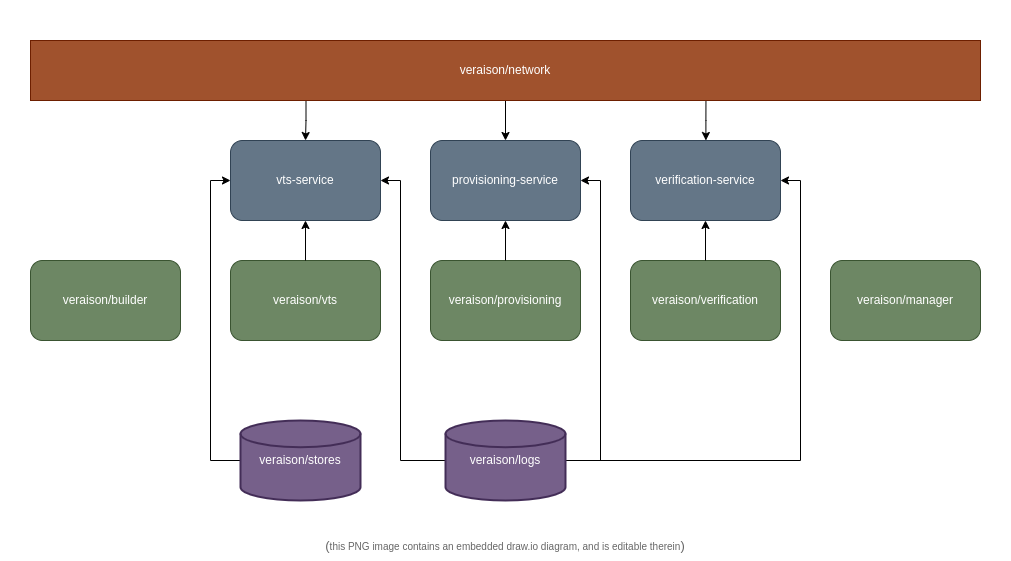
Earlier version of the draw.io export deployments/docker/misc/veraison-docker-deployment.png (veraison/services). Source tidied: cells renumbered, new cells last; positions are measured from the earlier drawing's top-left corner, leaving out a move shared by most shapes. The source it was exported from:
```xml
<mxGraphModel>
  <root>
    <mxCell id="0" />
    <mxCell id="1" parent="0" />
    <mxCell id="2" style="rounded=0;whiteSpace=wrap;html=1;fillStyle=solid;strokeColor=none;" parent="1" vertex="1">
      <mxGeometry width="1010" height="560" as="geometry" />
    </mxCell>
    <mxCell id="3" style="group;" parent="1" vertex="1">
      <mxGeometry x="30" y="40" width="950" height="460" as="geometry" />
    </mxCell>
    <mxCell id="4" value="veraison/vts" style="rounded=1;whiteSpace=wrap;html=1;fillColor=#6d8764;fontColor=#ffffff;strokeColor=#3A5431;" parent="3" vertex="1">
      <mxGeometry x="200" y="220" width="150" height="80" as="geometry" />
    </mxCell>
    <mxCell id="5" value="veraison/verification" style="rounded=1;whiteSpace=wrap;html=1;fillColor=#6d8764;fontColor=#ffffff;strokeColor=#3A5431;" parent="3" vertex="1">
      <mxGeometry x="600" y="220" width="150" height="80" as="geometry" />
    </mxCell>
    <mxCell id="6" value="veraison/provisioning" style="rounded=1;whiteSpace=wrap;html=1;fillColor=#6d8764;strokeColor=#3A5431;fontColor=#ffffff;" parent="3" vertex="1">
      <mxGeometry x="400" y="220" width="150" height="80" as="geometry" />
    </mxCell>
    <mxCell id="7" value="vts-service" style="rounded=1;whiteSpace=wrap;html=1;fillColor=#647687;fontColor=#ffffff;strokeColor=#314354;" parent="3" vertex="1">
      <mxGeometry x="200" y="100" width="150" height="80" as="geometry" />
    </mxCell>
    <mxCell id="8" style="edgeStyle=orthogonalEdgeStyle;rounded=0;jettySize=auto;html=1;exitX=0.5;exitY=0;exitDx=0;exitDy=0;" parent="3" edge="1" source="4" target="7">
      <mxGeometry relative="1" as="geometry" />
    </mxCell>
    <mxCell id="9" value="verification-service" style="rounded=1;whiteSpace=wrap;html=1;fillColor=#647687;fontColor=#ffffff;strokeColor=#314354;" parent="3" vertex="1">
      <mxGeometry x="600" y="100" width="150" height="80" as="geometry" />
    </mxCell>
    <mxCell id="10" style="edgeStyle=orthogonalEdgeStyle;rounded=0;jettySize=auto;html=1;exitX=0.5;exitY=0;exitDx=0;exitDy=0;entryX=0.5;entryY=1;entryDx=0;entryDy=0;" parent="3" edge="1" source="5" target="9">
      <mxGeometry relative="1" as="geometry" />
    </mxCell>
    <mxCell id="11" value="provisioning-service" style="rounded=1;whiteSpace=wrap;html=1;fillColor=#647687;fontColor=#ffffff;strokeColor=#314354;" parent="3" vertex="1">
      <mxGeometry x="400" y="100" width="150" height="80" as="geometry" />
    </mxCell>
    <mxCell id="12" style="edgeStyle=orthogonalEdgeStyle;rounded=0;jettySize=auto;html=1;exitX=0.5;exitY=0;exitDx=0;exitDy=0;entryX=0.5;entryY=1;entryDx=0;entryDy=0;" parent="3" edge="1" source="6" target="11">
      <mxGeometry relative="1" as="geometry" />
    </mxCell>
    <mxCell id="13" style="edgeStyle=orthogonalEdgeStyle;rounded=0;jettySize=auto;html=1;exitX=0.29;exitY=0.995;exitDx=0;exitDy=0;entryX=0.5;entryY=0;entryDx=0;entryDy=0;fontSize=10;fontColor=#666666;exitPerimeter=0;" parent="3" edge="1" source="16" target="7">
      <mxGeometry relative="1" as="geometry" />
    </mxCell>
    <mxCell id="14" style="edgeStyle=orthogonalEdgeStyle;rounded=0;jettySize=auto;html=1;exitX=0.5;exitY=1;exitDx=0;exitDy=0;fontSize=10;fontColor=#666666;" parent="3" edge="1" source="16" target="11">
      <mxGeometry relative="1" as="geometry" />
    </mxCell>
    <mxCell id="15" style="edgeStyle=orthogonalEdgeStyle;rounded=0;jettySize=auto;html=1;exitX=0.711;exitY=1.016;exitDx=0;exitDy=0;fontSize=10;fontColor=#666666;exitPerimeter=0;" parent="3" edge="1" source="16" target="9">
      <mxGeometry relative="1" as="geometry">
        <Array as="points">
          <mxPoint x="675" y="80" />
          <mxPoint x="675" y="80" />
        </Array>
      </mxGeometry>
    </mxCell>
    <mxCell id="16" value="veraison/network" style="rounded=0;whiteSpace=wrap;html=1;fillColor=#a0522d;fontColor=#ffffff;strokeColor=#6D1F00;" parent="3" vertex="1">
      <mxGeometry width="950" height="60" as="geometry" />
    </mxCell>
    <mxCell id="17" value="veraison/builder" style="rounded=1;whiteSpace=wrap;html=1;fillColor=#6d8764;fontColor=#ffffff;strokeColor=#3A5431;" parent="3" vertex="1">
      <mxGeometry y="220" width="150" height="80" as="geometry" />
    </mxCell>
    <mxCell id="18" value="veraison/manager" style="rounded=1;whiteSpace=wrap;html=1;fillColor=#6d8764;fontColor=#ffffff;strokeColor=#3A5431;" parent="3" vertex="1">
      <mxGeometry x="800" y="220" width="150" height="80" as="geometry" />
    </mxCell>
    <mxCell id="19" style="edgeStyle=orthogonalEdgeStyle;rounded=0;jettySize=auto;html=1;exitX=0;exitY=0.5;exitDx=0;exitDy=0;exitPerimeter=0;entryX=1;entryY=0.5;entryDx=0;entryDy=0;" parent="3" edge="1" source="22" target="7">
      <mxGeometry relative="1" as="geometry">
        <Array as="points">
          <mxPoint x="370" y="420" />
          <mxPoint x="370" y="140" />
        </Array>
      </mxGeometry>
    </mxCell>
    <mxCell id="20" style="edgeStyle=orthogonalEdgeStyle;rounded=0;jettySize=auto;html=1;exitX=1;exitY=0.5;exitDx=0;exitDy=0;exitPerimeter=0;entryX=1;entryY=0.5;entryDx=0;entryDy=0;" parent="3" edge="1" source="22" target="11">
      <mxGeometry relative="1" as="geometry">
        <Array as="points">
          <mxPoint x="570" y="420" />
          <mxPoint x="570" y="140" />
        </Array>
      </mxGeometry>
    </mxCell>
    <mxCell id="21" style="edgeStyle=orthogonalEdgeStyle;rounded=0;jettySize=auto;html=1;exitX=1;exitY=0.5;exitDx=0;exitDy=0;exitPerimeter=0;entryX=1;entryY=0.5;entryDx=0;entryDy=0;" parent="3" edge="1" source="22" target="9">
      <mxGeometry relative="1" as="geometry" />
    </mxCell>
    <mxCell id="22" value="veraison/logs" style="strokeWidth=2;html=1;shape=mxgraph.flowchart.database;whiteSpace=wrap;fillColor=#76608a;fontColor=#ffffff;strokeColor=#432D57;" parent="3" vertex="1">
      <mxGeometry x="415" y="380" width="120" height="80" as="geometry" />
    </mxCell>
    <mxCell id="23" style="edgeStyle=orthogonalEdgeStyle;rounded=0;jettySize=auto;html=1;exitX=0;exitY=0.5;exitDx=0;exitDy=0;exitPerimeter=0;entryX=0;entryY=0.5;entryDx=0;entryDy=0;" parent="3" edge="1" source="24" target="7">
      <mxGeometry relative="1" as="geometry">
        <Array as="points">
          <mxPoint x="180" y="420" />
          <mxPoint x="180" y="140" />
        </Array>
      </mxGeometry>
    </mxCell>
    <mxCell id="24" value="veraison/stores" style="strokeWidth=2;html=1;shape=mxgraph.flowchart.database;whiteSpace=wrap;fillColor=#76608a;fontColor=#ffffff;strokeColor=#432D57;" parent="3" vertex="1">
      <mxGeometry x="210" y="380" width="120" height="80" as="geometry" />
    </mxCell>
    <mxCell id="25" value="&lt;font style=&quot;font-size: 13px;&quot;&gt;(&lt;/font&gt;&lt;font style=&quot;font-size: 10px;&quot;&gt;this PNG image contains an embedded draw.io diagram, and is editable therein&lt;/font&gt;&lt;font style=&quot;font-size: 13px;&quot;&gt;)&lt;/font&gt;" style="text;html=1;strokeColor=none;fillColor=none;align=center;verticalAlign=middle;whiteSpace=wrap;rounded=0;fontColor=#666666;fontSize=11;" parent="1" vertex="1">
      <mxGeometry y="530" width="1010" height="30" as="geometry" />
    </mxCell>
  </root>
</mxGraphModel>
```
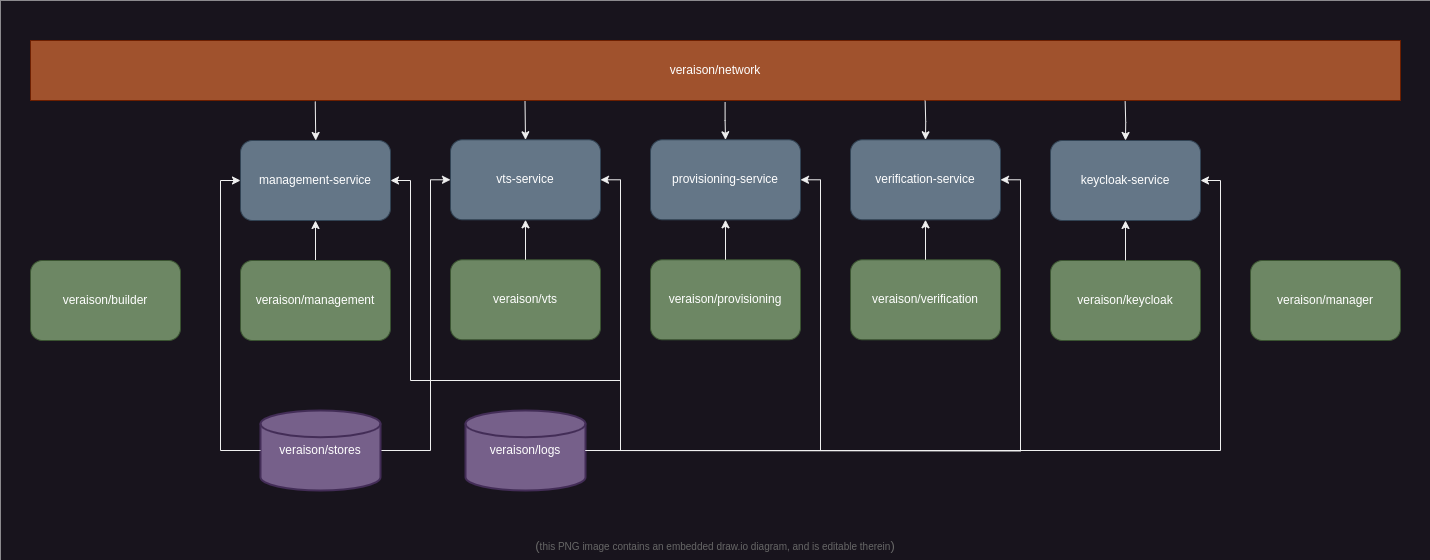
Above is the later version.

Commit message:
deploy/docker: update deployment diagram and README

- Update the deployment diagram to match current deployment. This
  includes diagramming the management service (was neglected when the
  service was added to the deployment).
- Update REAME text around the diagram to match current deployment.
- Add *.bkp to .gitignore. draw.io generates .bkp files when saving an
  updated diagram.

What changed in the source:
```diff
@@ -3,96 +3,148 @@
     <mxCell id="0" />
     <mxCell id="1" parent="0" />
     <mxCell id="2" style="rounded=0;whiteSpace=wrap;html=1;fillStyle=solid;strokeColor=none;" parent="1" vertex="1">
-      <mxGeometry width="1010" height="560" as="geometry" />
+      <mxGeometry width="1430" height="560" as="geometry" />
     </mxCell>
     <mxCell id="3" style="group;" parent="1" vertex="1">
-      <mxGeometry x="30" y="40" width="950" height="460" as="geometry" />
+      <mxGeometry x="30" y="40" width="1370" height="460" as="geometry" />
     </mxCell>
     <mxCell id="4" value="veraison/vts" style="rounded=1;whiteSpace=wrap;html=1;fillColor=#6d8764;fontColor=#ffffff;strokeColor=#3A5431;" parent="3" vertex="1">
-      <mxGeometry x="200" y="220" width="150" height="80" as="geometry" />
+      <mxGeometry x="420" y="219.3" width="150" height="80" as="geometry" />
     </mxCell>
     <mxCell id="5" value="veraison/verification" style="rounded=1;whiteSpace=wrap;html=1;fillColor=#6d8764;fontColor=#ffffff;strokeColor=#3A5431;" parent="3" vertex="1">
-      <mxGeometry x="600" y="220" width="150" height="80" as="geometry" />
+      <mxGeometry x="820" y="219.3" width="150" height="80" as="geometry" />
     </mxCell>
     <mxCell id="6" value="veraison/provisioning" style="rounded=1;whiteSpace=wrap;html=1;fillColor=#6d8764;strokeColor=#3A5431;fontColor=#ffffff;" parent="3" vertex="1">
-      <mxGeometry x="400" y="220" width="150" height="80" as="geometry" />
+      <mxGeometry x="620" y="219.3" width="150" height="80" as="geometry" />
     </mxCell>
     <mxCell id="7" value="vts-service" style="rounded=1;whiteSpace=wrap;html=1;fillColor=#647687;fontColor=#ffffff;strokeColor=#314354;" parent="3" vertex="1">
-      <mxGeometry x="200" y="100" width="150" height="80" as="geometry" />
+      <mxGeometry x="420" y="99.3" width="150" height="80" as="geometry" />
     </mxCell>
     <mxCell id="8" style="edgeStyle=orthogonalEdgeStyle;rounded=0;jettySize=auto;html=1;exitX=0.5;exitY=0;exitDx=0;exitDy=0;" parent="3" edge="1" source="4" target="7">
       <mxGeometry relative="1" as="geometry" />
     </mxCell>
     <mxCell id="9" value="verification-service" style="rounded=1;whiteSpace=wrap;html=1;fillColor=#647687;fontColor=#ffffff;strokeColor=#314354;" parent="3" vertex="1">
-      <mxGeometry x="600" y="100" width="150" height="80" as="geometry" />
+      <mxGeometry x="820" y="99.3" width="150" height="80" as="geometry" />
     </mxCell>
     <mxCell id="10" style="edgeStyle=orthogonalEdgeStyle;rounded=0;jettySize=auto;html=1;exitX=0.5;exitY=0;exitDx=0;exitDy=0;entryX=0.5;entryY=1;entryDx=0;entryDy=0;" parent="3" edge="1" source="5" target="9">
       <mxGeometry relative="1" as="geometry" />
     </mxCell>
     <mxCell id="11" value="provisioning-service" style="rounded=1;whiteSpace=wrap;html=1;fillColor=#647687;fontColor=#ffffff;strokeColor=#314354;" parent="3" vertex="1">
-      <mxGeometry x="400" y="100" width="150" height="80" as="geometry" />
+      <mxGeometry x="620" y="99.3" width="150" height="80" as="geometry" />
     </mxCell>
     <mxCell id="12" style="edgeStyle=orthogonalEdgeStyle;rounded=0;jettySize=auto;html=1;exitX=0.5;exitY=0;exitDx=0;exitDy=0;entryX=0.5;entryY=1;entryDx=0;entryDy=0;" parent="3" edge="1" source="6" target="11">
       <mxGeometry relative="1" as="geometry" />
     </mxCell>
-    <mxCell id="13" style="edgeStyle=orthogonalEdgeStyle;rounded=0;jettySize=auto;html=1;exitX=0.29;exitY=0.995;exitDx=0;exitDy=0;entryX=0.5;entryY=0;entryDx=0;entryDy=0;fontSize=10;fontColor=#666666;exitPerimeter=0;" parent="3" edge="1" source="16" target="7">
-      <mxGeometry relative="1" as="geometry" />
+    <mxCell id="13" style="edgeStyle=orthogonalEdgeStyle;rounded=0;jettySize=auto;html=1;exitX=0.225;exitY=1.012;exitDx=0;exitDy=0;entryX=0.5;entryY=0;entryDx=0;entryDy=0;fontSize=10;fontColor=#666666;exitPerimeter=0;" parent="3" edge="1" target="7">
+      <mxGeometry relative="1" as="geometry">
+        <mxPoint x="494.5" y="60" as="sourcePoint" />
+      </mxGeometry>
     </mxCell>
-    <mxCell id="14" style="edgeStyle=orthogonalEdgeStyle;rounded=0;jettySize=auto;html=1;exitX=0.5;exitY=1;exitDx=0;exitDy=0;fontSize=10;fontColor=#666666;" parent="3" edge="1" source="16" target="11">
+    <mxCell id="14" style="edgeStyle=orthogonalEdgeStyle;rounded=0;jettySize=auto;html=1;exitX=0.507;exitY=1.03;exitDx=0;exitDy=0;fontSize=10;fontColor=#666666;exitPerimeter=0;" parent="3" edge="1" source="16" target="11">
       <mxGeometry relative="1" as="geometry" />
     </mxCell>
-    <mxCell id="15" style="edgeStyle=orthogonalEdgeStyle;rounded=0;jettySize=auto;html=1;exitX=0.711;exitY=1.016;exitDx=0;exitDy=0;fontSize=10;fontColor=#666666;exitPerimeter=0;" parent="3" edge="1" source="16" target="9">
-      <mxGeometry relative="1" as="geometry">
-        <Array as="points">
-          <mxPoint x="675" y="80" />
-          <mxPoint x="675" y="80" />
-        </Array>
-      </mxGeometry>
-    </mxCell>
     <mxCell id="16" value="veraison/network" style="rounded=0;whiteSpace=wrap;html=1;fillColor=#a0522d;fontColor=#ffffff;strokeColor=#6D1F00;" parent="3" vertex="1">
-      <mxGeometry width="950" height="60" as="geometry" />
+      <mxGeometry width="1370" height="60" as="geometry" />
     </mxCell>
     <mxCell id="17" value="veraison/builder" style="rounded=1;whiteSpace=wrap;html=1;fillColor=#6d8764;fontColor=#ffffff;strokeColor=#3A5431;" parent="3" vertex="1">
       <mxGeometry y="220" width="150" height="80" as="geometry" />
     </mxCell>
-    <mxCell id="18" value="veraison/manager" style="rounded=1;whiteSpace=wrap;html=1;fillColor=#6d8764;fontColor=#ffffff;strokeColor=#3A5431;" parent="3" vertex="1">
-      <mxGeometry x="800" y="220" width="150" height="80" as="geometry" />
-    </mxCell>
-    <mxCell id="19" style="edgeStyle=orthogonalEdgeStyle;rounded=0;jettySize=auto;html=1;exitX=0;exitY=0.5;exitDx=0;exitDy=0;exitPerimeter=0;entryX=1;entryY=0.5;entryDx=0;entryDy=0;" parent="3" edge="1" source="22" target="7">
+    <mxCell id="19" style="edgeStyle=orthogonalEdgeStyle;rounded=0;jettySize=auto;html=1;exitX=1;exitY=0.5;exitDx=0;exitDy=0;exitPerimeter=0;entryX=1;entryY=0.5;entryDx=0;entryDy=0;" parent="3" edge="1" target="7">
       <mxGeometry relative="1" as="geometry">
+        <mxPoint x="555" y="410" as="sourcePoint" />
         <Array as="points">
-          <mxPoint x="370" y="420" />
-          <mxPoint x="370" y="140" />
+          <mxPoint x="590" y="410" />
+          <mxPoint x="590" y="140" />
+          <mxPoint x="570" y="140" />
         </Array>
       </mxGeometry>
     </mxCell>
-    <mxCell id="20" style="edgeStyle=orthogonalEdgeStyle;rounded=0;jettySize=auto;html=1;exitX=1;exitY=0.5;exitDx=0;exitDy=0;exitPerimeter=0;entryX=1;entryY=0.5;entryDx=0;entryDy=0;" parent="3" edge="1" source="22" target="11">
+    <mxCell id="20" style="edgeStyle=orthogonalEdgeStyle;rounded=0;jettySize=auto;html=1;exitX=1;exitY=0.5;exitDx=0;exitDy=0;exitPerimeter=0;entryX=1;entryY=0.5;entryDx=0;entryDy=0;" parent="3" edge="1" target="11">
       <mxGeometry relative="1" as="geometry">
+        <mxPoint x="555" y="410" as="sourcePoint" />
         <Array as="points">
-          <mxPoint x="570" y="420" />
-          <mxPoint x="570" y="140" />
+          <mxPoint x="790" y="410" />
+          <mxPoint x="790" y="140" />
+          <mxPoint x="770" y="140" />
         </Array>
       </mxGeometry>
     </mxCell>
-    <mxCell id="21" style="edgeStyle=orthogonalEdgeStyle;rounded=0;jettySize=auto;html=1;exitX=1;exitY=0.5;exitDx=0;exitDy=0;exitPerimeter=0;entryX=1;entryY=0.5;entryDx=0;entryDy=0;" parent="3" edge="1" source="22" target="9">
-      <mxGeometry relative="1" as="geometry" />
+    <mxCell id="21" style="edgeStyle=orthogonalEdgeStyle;rounded=0;jettySize=auto;html=1;exitX=1;exitY=0.5;exitDx=0;exitDy=0;exitPerimeter=0;entryX=1;entryY=0.5;entryDx=0;entryDy=0;" parent="3" edge="1" target="9">
+      <mxGeometry relative="1" as="geometry">
+        <mxPoint x="555" y="410" as="sourcePoint" />
+      </mxGeometry>
     </mxCell>
     <mxCell id="22" value="veraison/logs" style="strokeWidth=2;html=1;shape=mxgraph.flowchart.database;whiteSpace=wrap;fillColor=#76608a;fontColor=#ffffff;strokeColor=#432D57;" parent="3" vertex="1">
-      <mxGeometry x="415" y="380" width="120" height="80" as="geometry" />
+      <mxGeometry x="435" y="370" width="120" height="80" as="geometry" />
     </mxCell>
-    <mxCell id="23" style="edgeStyle=orthogonalEdgeStyle;rounded=0;jettySize=auto;html=1;exitX=0;exitY=0.5;exitDx=0;exitDy=0;exitPerimeter=0;entryX=0;entryY=0.5;entryDx=0;entryDy=0;" parent="3" edge="1" source="24" target="7">
+    <mxCell id="23" style="edgeStyle=orthogonalEdgeStyle;rounded=0;jettySize=auto;html=1;exitX=1;exitY=0.5;exitDx=0;exitDy=0;exitPerimeter=0;entryX=0;entryY=0.5;entryDx=0;entryDy=0;" parent="3" edge="1" source="24" target="7">
       <mxGeometry relative="1" as="geometry">
         <Array as="points">
-          <mxPoint x="180" y="420" />
-          <mxPoint x="180" y="140" />
+          <mxPoint x="400" y="410" />
+          <mxPoint x="400" y="140" />
+          <mxPoint x="420" y="140" />
         </Array>
       </mxGeometry>
     </mxCell>
     <mxCell id="24" value="veraison/stores" style="strokeWidth=2;html=1;shape=mxgraph.flowchart.database;whiteSpace=wrap;fillColor=#76608a;fontColor=#ffffff;strokeColor=#432D57;" parent="3" vertex="1">
-      <mxGeometry x="210" y="380" width="120" height="80" as="geometry" />
+      <mxGeometry x="230" y="370" width="120" height="80" as="geometry" />
     </mxCell>
+    <mxCell id="15" style="edgeStyle=orthogonalEdgeStyle;rounded=0;jettySize=auto;html=1;fontSize=10;fontColor=#666666;exitX=0.553;exitY=1.015;exitDx=0;exitDy=0;exitPerimeter=0;" parent="3" edge="1" target="9">
+      <mxGeometry relative="1" as="geometry">
+        <mxPoint x="894.7" y="60.2" as="sourcePoint" />
+      </mxGeometry>
+    </mxCell>
     <mxCell id="25" value="&lt;font style=&quot;font-size: 13px;&quot;&gt;(&lt;/font&gt;&lt;font style=&quot;font-size: 10px;&quot;&gt;this PNG image contains an embedded draw.io diagram, and is editable therein&lt;/font&gt;&lt;font style=&quot;font-size: 13px;&quot;&gt;)&lt;/font&gt;" style="text;html=1;strokeColor=none;fillColor=none;align=center;verticalAlign=middle;whiteSpace=wrap;rounded=0;fontColor=#666666;fontSize=11;" parent="1" vertex="1">
-      <mxGeometry y="530" width="1010" height="30" as="geometry" />
+      <mxGeometry x="210" y="530" width="1010" height="30" as="geometry" />
     </mxCell>
+    <mxCell id="26" style="edgeStyle=orthogonalEdgeStyle;rounded=0;jettySize=auto;html=1;entryX=0.5;entryY=1;entryDx=0;entryDy=0;" parent="1" edge="1" source="27" target="28">
+      <mxGeometry relative="1" as="geometry" />
+    </mxCell>
+    <mxCell id="27" value="veraison/management" style="rounded=1;whiteSpace=wrap;html=1;fillColor=#6d8764;fontColor=#ffffff;strokeColor=#3A5431;" parent="1" vertex="1">
+      <mxGeometry x="240" y="260" width="150" height="80" as="geometry" />
+    </mxCell>
+    <mxCell id="28" value="management-service" style="rounded=1;whiteSpace=wrap;html=1;fillColor=#647687;fontColor=#ffffff;strokeColor=#314354;" parent="1" vertex="1">
+      <mxGeometry x="240" y="140" width="150" height="80" as="geometry" />
+    </mxCell>
+    <mxCell id="29" style="edgeStyle=orthogonalEdgeStyle;rounded=0;jettySize=auto;html=1;exitX=1;exitY=0.5;exitDx=0;exitDy=0;exitPerimeter=0;" parent="1" edge="1" source="22">
+      <mxGeometry relative="1" as="geometry">
+        <mxPoint x="390" y="180" as="targetPoint" />
+        <Array as="points">
+          <mxPoint x="620" y="450" />
+          <mxPoint x="620" y="380" />
+          <mxPoint x="410" y="380" />
+          <mxPoint x="410" y="180" />
+        </Array>
+      </mxGeometry>
+    </mxCell>
+    <mxCell id="18" value="veraison/manager" style="rounded=1;whiteSpace=wrap;html=1;fillColor=#6d8764;fontColor=#ffffff;strokeColor=#3A5431;" parent="1" vertex="1">
+      <mxGeometry x="1250" y="260" width="150" height="80" as="geometry" />
+    </mxCell>
+    <mxCell id="30" style="edgeStyle=orthogonalEdgeStyle;rounded=0;jettySize=auto;html=1;entryX=0;entryY=0.5;entryDx=0;entryDy=0;exitX=0;exitY=0.5;exitDx=0;exitDy=0;exitPerimeter=0;" parent="1" edge="1" source="24" target="28">
+      <mxGeometry relative="1" as="geometry" />
+    </mxCell>
+    <mxCell id="31" value="veraison/keycloak" style="rounded=1;whiteSpace=wrap;html=1;fillColor=#6d8764;fontColor=#ffffff;strokeColor=#3A5431;" parent="1" vertex="1">
+      <mxGeometry x="1050" y="260" width="150" height="80" as="geometry" />
+    </mxCell>
+    <mxCell id="32" value="keycloak-service" style="rounded=1;whiteSpace=wrap;html=1;fillColor=#647687;fontColor=#ffffff;strokeColor=#314354;" parent="1" vertex="1">
+      <mxGeometry x="1050" y="140" width="150" height="80" as="geometry" />
+    </mxCell>
+    <mxCell id="33" style="edgeStyle=orthogonalEdgeStyle;rounded=0;jettySize=auto;html=1;exitX=0.5;exitY=0;exitDx=0;exitDy=0;entryX=0.5;entryY=1;entryDx=0;entryDy=0;" parent="1" edge="1" source="31" target="32">
+      <mxGeometry relative="1" as="geometry" />
+    </mxCell>
+    <mxCell id="34" style="edgeStyle=orthogonalEdgeStyle;rounded=0;jettySize=auto;html=1;fontSize=10;fontColor=#666666;exitX=0.553;exitY=1.015;exitDx=0;exitDy=0;exitPerimeter=0;" parent="1" edge="1" target="32">
+      <mxGeometry relative="1" as="geometry">
+        <mxPoint x="1124.7" y="100.9" as="sourcePoint" />
+      </mxGeometry>
+    </mxCell>
+    <mxCell id="35" style="edgeStyle=orthogonalEdgeStyle;rounded=0;orthogonalLoop=1;jettySize=auto;html=1;exitX=0.225;exitY=1.012;exitDx=0;exitDy=0;entryX=0.5;entryY=0;entryDx=0;entryDy=0;fontSize=10;fontColor=#666666;exitPerimeter=0;" parent="1" edge="1">
+      <mxGeometry relative="1" as="geometry">
+        <mxPoint x="314.8" y="101" as="sourcePoint" />
+        <mxPoint x="315.2" y="140" as="targetPoint" />
+      </mxGeometry>
+    </mxCell>
+    <mxCell id="36" style="edgeStyle=orthogonalEdgeStyle;rounded=0;jettySize=auto;html=1;entryX=1;entryY=0.5;entryDx=0;entryDy=0;" parent="1" edge="1" source="22" target="32">
+      <mxGeometry relative="1" as="geometry" />
+    </mxCell>
   </root>
 </mxGraphModel>
```
